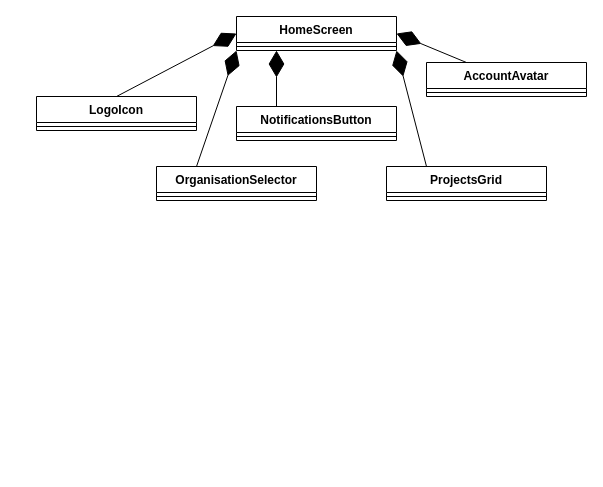
The draw.io diagram page "Classes" (2 of 4) of packages/flutter/apps/adventuring/the_process/docs/design/home/home.dio in enspyrco/monorepo, before the edit. Source tidied: cells renumbered, new cells numbered last; positions are measured from the earlier drawing's top-left corner, leaving out a move shared by most shapes. Both pictures are drawn from the tidied source at 100%, with x=0, y=0 at pixel (36, 16).
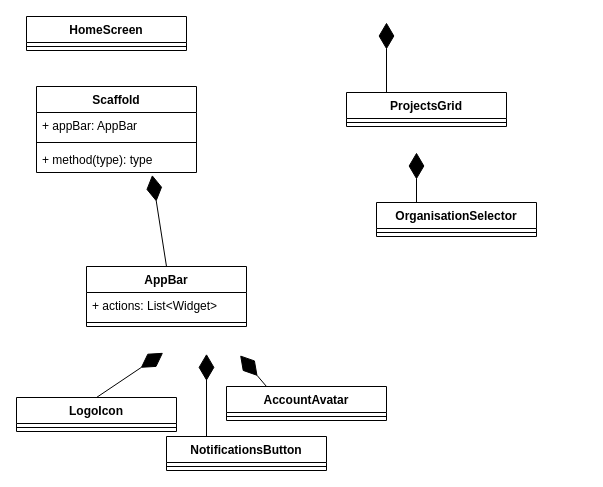
The same page after the edit.

What changed in the source:
```diff
@@
     <mxCell id="2" value="HomeScreen" style="swimlane;fontStyle=1;align=center;verticalAlign=top;horizontal=1;startSize=26;" parent="1" vertex="1">
-      <mxGeometry x="200" width="160" height="34" as="geometry" />
+      <mxGeometry x="-10" width="160" height="34" as="geometry" />
     </mxCell>
@@
     <mxCell id="4" value="LogoIcon" style="swimlane;fontStyle=1;align=center;verticalAlign=top;horizontal=1;startSize=26;" parent="1" vertex="1">
-      <mxGeometry y="80" width="160" height="34" as="geometry" />
+      <mxGeometry x="-20" y="381" width="160" height="34" as="geometry" />
     </mxCell>
@@
     <mxCell id="6" value="NotificationsButton" style="swimlane;fontStyle=1;align=center;verticalAlign=top;horizontal=1;startSize=26;" parent="1" vertex="1">
-      <mxGeometry x="200" y="90" width="160" height="34" as="geometry" />
+      <mxGeometry x="130" y="420" width="160" height="34" as="geometry" />
     </mxCell>
@@
     <mxCell id="8" value="OrganisationSelector" style="swimlane;fontStyle=1;align=center;verticalAlign=top;horizontal=1;startSize=26;" parent="1" vertex="1">
-      <mxGeometry x="120" y="150" width="160" height="34" as="geometry" />
+      <mxGeometry x="340" y="186" width="160" height="34" as="geometry" />
     </mxCell>
@@
     <mxCell id="10" value="AccountAvatar" style="swimlane;fontStyle=1;align=center;verticalAlign=top;horizontal=1;startSize=26;" parent="1" vertex="1">
-      <mxGeometry x="390" y="46" width="160" height="34" as="geometry" />
+      <mxGeometry x="190" y="370" width="160" height="34" as="geometry" />
     </mxCell>
@@
     <mxCell id="12" value="ProjectsGrid" style="swimlane;fontStyle=1;align=center;verticalAlign=top;horizontal=1;startSize=26;" parent="1" vertex="1">
-      <mxGeometry x="350" y="150" width="160" height="34" as="geometry" />
+      <mxGeometry x="310" y="76" width="160" height="34" as="geometry" />
     </mxCell>
@@
-    <mxCell id="14" style="endArrow=diamondThin;endFill=1;endSize=24;html=1;entryX=0.25;entryY=1;entryDx=0;entryDy=0;exitX=0.25;exitY=0;exitDx=0;exitDy=0;" parent="1" edge="1" source="6" target="2">
-      <mxGeometry relative="1" as="geometry" />
+    <mxCell id="14" style="endArrow=diamondThin;endFill=1;endSize=24;html=1;entryX=0.75;entryY=1.053;entryDx=0;entryDy=0;exitX=0.25;exitY=0;exitDx=0;exitDy=0;entryPerimeter=0;" parent="1" edge="1" source="6">
+      <mxGeometry relative="1" as="geometry">
+        <mxPoint x="170" y="337.4" as="targetPoint" />
+      </mxGeometry>
     </mxCell>
-    <mxCell id="15" style="endArrow=diamondThin;endFill=1;endSize=24;html=1;entryX=0;entryY=0.5;entryDx=0;entryDy=0;exitX=0.5;exitY=0;exitDx=0;exitDy=0;" parent="1" edge="1" source="4" target="2">
-      <mxGeometry relative="1" as="geometry" />
+    <mxCell id="15" style="endArrow=diamondThin;endFill=1;endSize=24;html=1;exitX=0.5;exitY=0;exitDx=0;exitDy=0;entryX=0.479;entryY=1.012;entryDx=0;entryDy=0;entryPerimeter=0;" parent="1" edge="1" source="4">
+      <mxGeometry relative="1" as="geometry">
+        <mxPoint x="126.6" y="336.3" as="targetPoint" />
+      </mxGeometry>
     </mxCell>
-    <mxCell id="16" style="endArrow=diamondThin;endFill=1;endSize=24;html=1;entryX=1;entryY=0.5;entryDx=0;entryDy=0;exitX=0.25;exitY=0;exitDx=0;exitDy=0;" parent="1" edge="1" source="10" target="2">
-      <mxGeometry relative="1" as="geometry" />
+    <mxCell id="16" style="endArrow=diamondThin;endFill=1;endSize=24;html=1;entryX=0.96;entryY=1.112;entryDx=0;entryDy=0;exitX=0.25;exitY=0;exitDx=0;exitDy=0;entryPerimeter=0;" parent="1" edge="1" source="10">
+      <mxGeometry relative="1" as="geometry">
+        <mxPoint x="203.6" y="338.9" as="targetPoint" />
+      </mxGeometry>
     </mxCell>
-    <mxCell id="17" style="endArrow=diamondThin;endFill=1;endSize=24;html=1;entryX=1;entryY=1;entryDx=0;entryDy=0;exitX=0.25;exitY=0;exitDx=0;exitDy=0;" parent="1" edge="1" source="12" target="2">
-      <mxGeometry relative="1" as="geometry" />
+    <mxCell id="17" style="endArrow=diamondThin;endFill=1;endSize=24;html=1;exitX=0.25;exitY=0;exitDx=0;exitDy=0;" parent="1" edge="1" source="12">
+      <mxGeometry relative="1" as="geometry">
+        <mxPoint x="350" y="6" as="targetPoint" />
+      </mxGeometry>
     </mxCell>
-    <mxCell id="18" style="endArrow=diamondThin;endFill=1;endSize=24;html=1;entryX=0;entryY=1;entryDx=0;entryDy=0;exitX=0.25;exitY=0;exitDx=0;exitDy=0;" parent="1" edge="1" source="8" target="2">
-      <mxGeometry relative="1" as="geometry" />
+    <mxCell id="18" style="endArrow=diamondThin;endFill=1;endSize=24;html=1;exitX=0.25;exitY=0;exitDx=0;exitDy=0;" parent="1" edge="1" source="8">
+      <mxGeometry relative="1" as="geometry">
+        <mxPoint x="380" y="136" as="targetPoint" />
+      </mxGeometry>
     </mxCell>
+    <mxCell id="19" value="Scaffold" style="swimlane;fontStyle=1;align=center;verticalAlign=top;horizontal=1;startSize=26;" parent="1" vertex="1">
+      <mxGeometry y="70" width="160" height="86" as="geometry" />
+    </mxCell>
+    <mxCell id="20" value="+ appBar: AppBar" style="text;strokeColor=none;fillColor=none;align=left;verticalAlign=top;spacingLeft=4;spacingRight=4;overflow=hidden;" parent="19" vertex="1">
+      <mxGeometry y="26" width="160" height="26" as="geometry" />
+    </mxCell>
+    <mxCell id="21" style="line;strokeWidth=1;fillColor=none;align=left;verticalAlign=middle;spacingTop=-1;spacingLeft=3;spacingRight=3;labelPosition=right;" parent="19" vertex="1">
+      <mxGeometry y="52" width="160" height="8" as="geometry" />
+    </mxCell>
+    <mxCell id="22" value="+ method(type): type" style="text;strokeColor=none;fillColor=none;align=left;verticalAlign=top;spacingLeft=4;spacingRight=4;overflow=hidden;points=[[0,0.5],[1,0.5]];portConstraint=eastwest;" parent="19" vertex="1">
+      <mxGeometry y="60" width="160" height="26" as="geometry" />
+    </mxCell>
+    <mxCell id="23" value="AppBar" style="swimlane;fontStyle=1;align=center;verticalAlign=top;horizontal=1;startSize=26;" parent="1" vertex="1">
+      <mxGeometry x="50" y="250" width="160" height="60" as="geometry" />
+    </mxCell>
+    <mxCell id="24" value="+ actions: List&lt;Widget&gt;" style="text;strokeColor=none;fillColor=none;align=left;verticalAlign=top;spacingLeft=4;spacingRight=4;overflow=hidden;" parent="23" vertex="1">
+      <mxGeometry y="26" width="160" height="26" as="geometry" />
+    </mxCell>
+    <mxCell id="25" style="line;strokeWidth=1;fillColor=none;align=left;verticalAlign=middle;spacingTop=-1;spacingLeft=3;spacingRight=3;labelPosition=right;" parent="23" vertex="1">
+      <mxGeometry y="52" width="160" height="8" as="geometry" />
+    </mxCell>
+    <mxCell id="26" style="endArrow=diamondThin;endFill=1;endSize=24;html=1;entryX=0.723;entryY=1.095;entryDx=0;entryDy=0;exitX=0.5;exitY=0;exitDx=0;exitDy=0;entryPerimeter=0;" parent="1" edge="1" source="23" target="22">
+      <mxGeometry relative="1" as="geometry" />
+    </mxCell>
```
